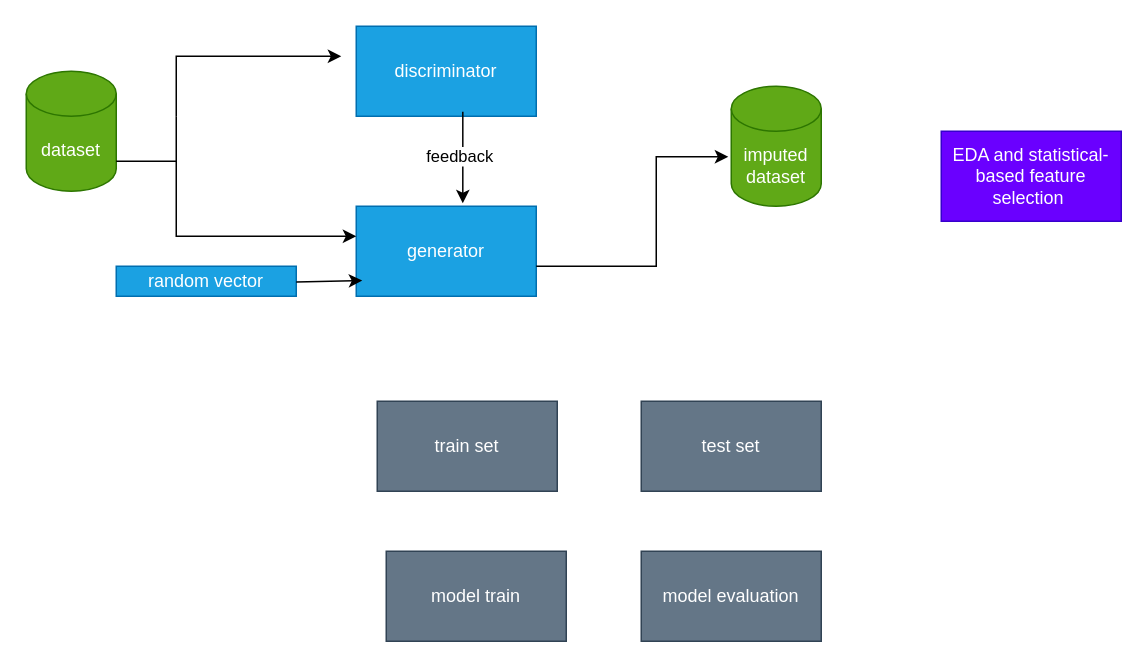
Above: gdp_prediction.drawio in elgenio123/diagrams (draw.io), before the change. Source tidied: cells renumbered, new cells numbered last; positions are measured from the earlier drawing's top-left corner, leaving out a move shared by most shapes. Both pictures are drawn from the tidied source at 150%, with x=0, y=0 at pixel (26, 26).
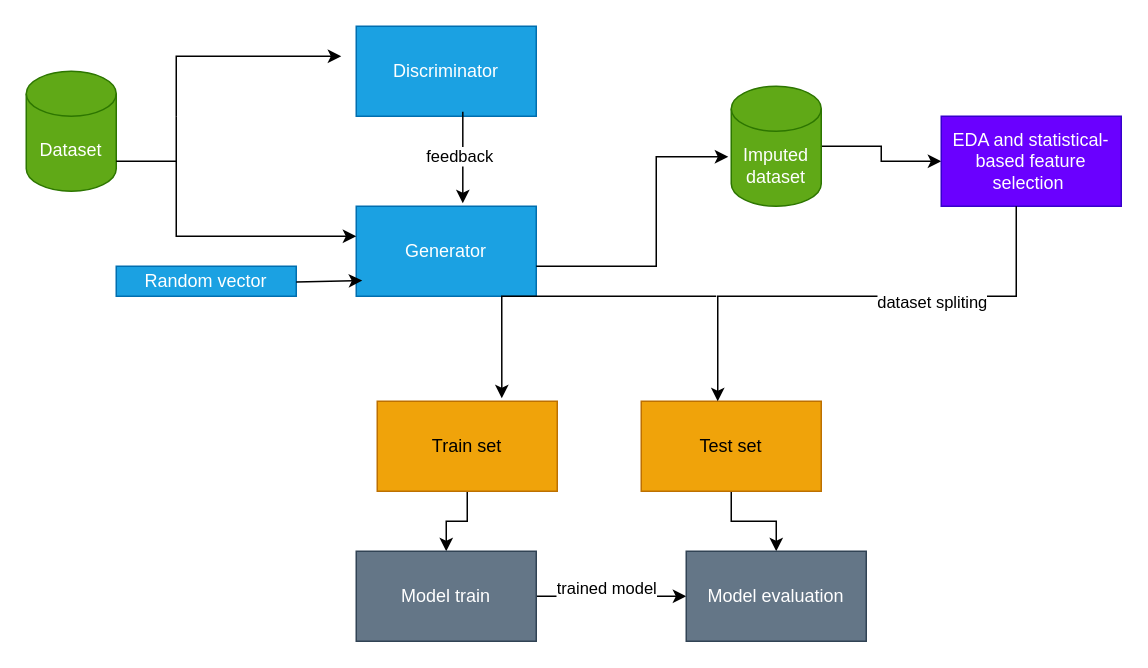
The same page after the edit.

Commit message (it also covers changes not shown here):
Mettre à jour gdp_prediction.drawio

What changed in the source:
```diff
@@
-    <mxCell id="2" value="dataset" style="shape=cylinder3;whiteSpace=wrap;html=1;boundedLbl=1;backgroundOutline=1;size=15;fillColor=#60a917;fontColor=#ffffff;strokeColor=#2D7600;" parent="1" vertex="1">
+    <mxCell id="2" value="Dataset" style="shape=cylinder3;whiteSpace=wrap;html=1;boundedLbl=1;backgroundOutline=1;size=15;fillColor=#60a917;fontColor=#ffffff;strokeColor=#2D7600;" parent="1" vertex="1">
       <mxGeometry y="30" width="60" height="80" as="geometry" />
     </mxCell>
-    <mxCell id="3" value="generator" style="rounded=0;whiteSpace=wrap;html=1;fillColor=#1ba1e2;fontColor=#ffffff;strokeColor=#006EAF;" parent="1" vertex="1">
+    <mxCell id="3" value="Generator" style="rounded=0;whiteSpace=wrap;html=1;fillColor=#1ba1e2;fontColor=#ffffff;strokeColor=#006EAF;" parent="1" vertex="1">
       <mxGeometry x="220" y="120" width="120" height="60" as="geometry" />
     </mxCell>
-    <mxCell id="4" value="discriminator" style="rounded=0;whiteSpace=wrap;html=1;fillColor=#1ba1e2;fontColor=#ffffff;strokeColor=#006EAF;" parent="1" vertex="1">
+    <mxCell id="4" value="Discriminator" style="rounded=0;whiteSpace=wrap;html=1;fillColor=#1ba1e2;fontColor=#ffffff;strokeColor=#006EAF;" parent="1" vertex="1">
       <mxGeometry x="220" width="120" height="60" as="geometry" />
     </mxCell>
-    <mxCell id="5" value="random vector" style="rounded=0;whiteSpace=wrap;html=1;rotation=0;fillColor=#1ba1e2;fontColor=#ffffff;strokeColor=#006EAF;" parent="1" vertex="1">
+    <mxCell id="5" value="Random vector" style="rounded=0;whiteSpace=wrap;html=1;rotation=0;fillColor=#1ba1e2;fontColor=#ffffff;strokeColor=#006EAF;" parent="1" vertex="1">
       <mxGeometry x="60" y="160" width="120" height="20" as="geometry" />
     </mxCell>
+    <mxCell id="19" style="edgeStyle=orthogonalEdgeStyle;rounded=0;jettySize=auto;html=1;" parent="1" edge="1" source="6" target="14">
+      <mxGeometry relative="1" as="geometry" />
+    </mxCell>
-    <mxCell id="6" value="imputed dataset" style="shape=cylinder3;whiteSpace=wrap;html=1;boundedLbl=1;backgroundOutline=1;size=15;fillColor=#60a917;fontColor=#ffffff;strokeColor=#2D7600;" parent="1" vertex="1">
+    <mxCell id="6" value="Imputed dataset" style="shape=cylinder3;whiteSpace=wrap;html=1;boundedLbl=1;backgroundOutline=1;size=15;fillColor=#60a917;fontColor=#ffffff;strokeColor=#2D7600;" parent="1" vertex="1">
       <mxGeometry x="470" y="40" width="60" height="80" as="geometry" />
     </mxCell>
@@
     <mxCell id="14" value="EDA and statistical-based feature selection&amp;nbsp;" style="rounded=0;whiteSpace=wrap;html=1;fillColor=#6a00ff;fontColor=#ffffff;strokeColor=#3700CC;" parent="1" vertex="1">
-      <mxGeometry x="610" y="70" width="120" height="60" as="geometry" />
+      <mxGeometry x="610" y="60" width="120" height="60" as="geometry" />
     </mxCell>
+    <mxCell id="20" style="edgeStyle=orthogonalEdgeStyle;rounded=0;jettySize=auto;html=1;" parent="1" edge="1" source="15" target="17">
+      <mxGeometry relative="1" as="geometry" />
+    </mxCell>
-    <mxCell id="15" value="train set" style="rounded=0;whiteSpace=wrap;html=1;fillColor=#647687;fontColor=#ffffff;strokeColor=#314354;" parent="1" vertex="1">
+    <mxCell id="15" value="Train set" style="rounded=0;whiteSpace=wrap;html=1;fillColor=#f0a30a;fontColor=#000000;strokeColor=#BD7000;" parent="1" vertex="1">
       <mxGeometry x="234" y="250" width="120" height="60" as="geometry" />
     </mxCell>
+    <mxCell id="21" style="edgeStyle=orthogonalEdgeStyle;rounded=0;jettySize=auto;html=1;" parent="1" edge="1" source="16" target="18">
+      <mxGeometry relative="1" as="geometry" />
+    </mxCell>
-    <mxCell id="16" value="test set" style="rounded=0;whiteSpace=wrap;html=1;fillColor=#647687;fontColor=#ffffff;strokeColor=#314354;" parent="1" vertex="1">
+    <mxCell id="16" value="Test set" style="rounded=0;whiteSpace=wrap;html=1;fillColor=#f0a30a;fontColor=#000000;strokeColor=#BD7000;" parent="1" vertex="1">
       <mxGeometry x="410" y="250" width="120" height="60" as="geometry" />
     </mxCell>
+    <mxCell id="22" style="edgeStyle=orthogonalEdgeStyle;rounded=0;jettySize=auto;html=1;" parent="1" edge="1" source="17" target="18">
+      <mxGeometry relative="1" as="geometry" />
+    </mxCell>
+    <mxCell id="23" value="trained model&lt;div&gt;&lt;br&gt;&lt;/div&gt;" style="edgeLabel;html=1;align=center;verticalAlign=middle;" parent="22" vertex="1">
+      <mxGeometry x="-0.08" y="-1" relative="1" as="geometry" />
+    </mxCell>
-    <mxCell id="17" value="model train" style="rounded=0;whiteSpace=wrap;html=1;fillColor=#647687;fontColor=#ffffff;strokeColor=#314354;" parent="1" vertex="1">
-      <mxGeometry x="240" y="350" width="120" height="60" as="geometry" />
+    <mxCell id="17" value="Model train" style="rounded=0;whiteSpace=wrap;html=1;fillColor=#647687;fontColor=#ffffff;strokeColor=#314354;" parent="1" vertex="1">
+      <mxGeometry x="220" y="350" width="120" height="60" as="geometry" />
     </mxCell>
-    <mxCell id="18" value="model evaluation" style="rounded=0;whiteSpace=wrap;html=1;fillColor=#647687;fontColor=#ffffff;strokeColor=#314354;" parent="1" vertex="1">
-      <mxGeometry x="410" y="350" width="120" height="60" as="geometry" />
+    <mxCell id="18" value="Model evaluation" style="rounded=0;whiteSpace=wrap;html=1;fillColor=#647687;fontColor=#ffffff;strokeColor=#314354;" parent="1" vertex="1">
+      <mxGeometry x="440" y="350" width="120" height="60" as="geometry" />
     </mxCell>
+    <mxCell id="24" style="endArrow=classic;html=1;rounded=0;entryX=0.425;entryY=0;entryDx=0;entryDy=0;entryPerimeter=0;" parent="1" edge="1" target="16">
+      <mxGeometry relative="1" as="geometry">
+        <mxPoint x="660" y="120" as="sourcePoint" />
+        <Array as="points">
+          <mxPoint x="660" y="180" />
+          <mxPoint x="461" y="180" />
+        </Array>
+      </mxGeometry>
+    </mxCell>
+    <mxCell id="25" value="dataset spliting" style="edgeLabel;html=1;align=center;verticalAlign=middle;" parent="24" vertex="1">
+      <mxGeometry x="-0.29" y="3" relative="1" as="geometry" />
+    </mxCell>
+    <mxCell id="26" style="endArrow=classic;html=1;rounded=0;entryX=0.692;entryY=-0.033;entryDx=0;entryDy=0;entryPerimeter=0;" parent="1" edge="1" target="15">
+      <mxGeometry relative="1" as="geometry">
+        <mxPoint x="460" y="180" as="sourcePoint" />
+        <Array as="points">
+          <mxPoint x="317" y="180" />
+        </Array>
+      </mxGeometry>
+    </mxCell>
```
